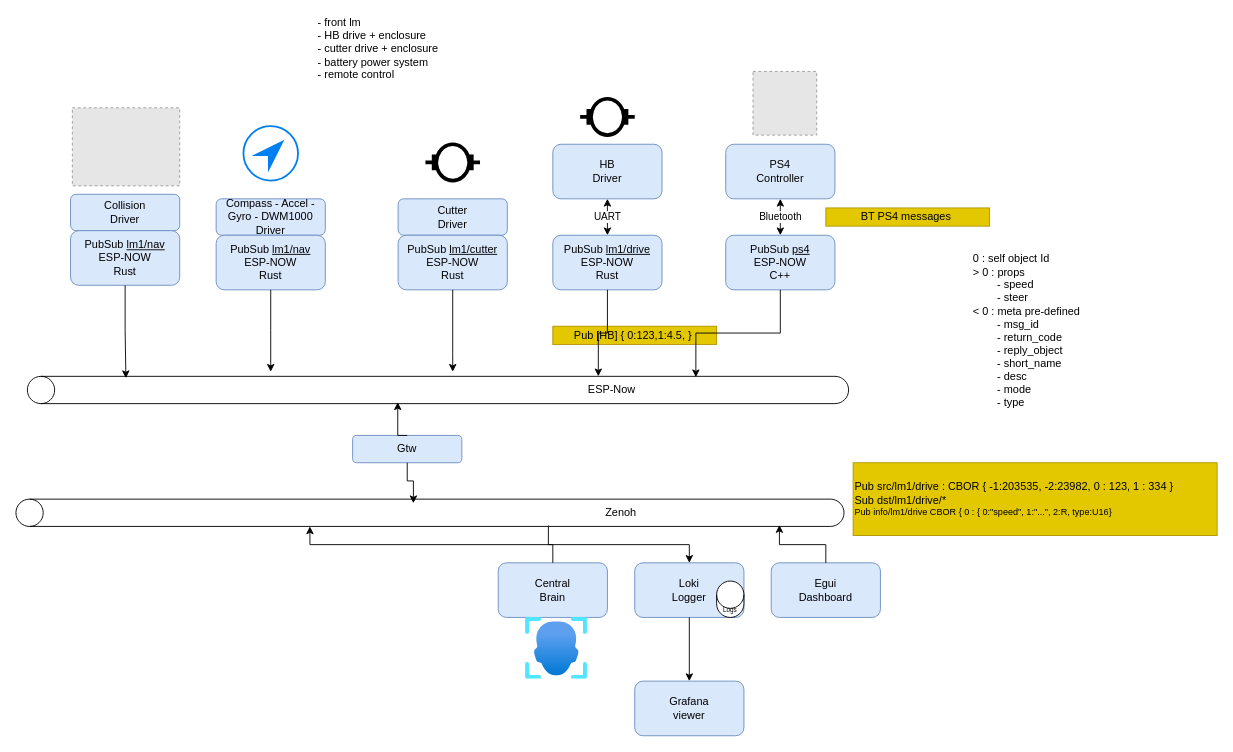
The draw.io diagram page "architecture" (3 of 3) of design.drawio in vortex314/zenoh-projects, before the edit. Source tidied: cells renumbered, new cells numbered last; positions are measured from the earlier drawing's top-left corner, leaving out a move shared by most shapes. Both pictures are drawn from the tidied source at 91%, with x=0, y=0 at pixel (70, -21). Pictures stored in the file or linked from it are replaced by grey dashed boxes.
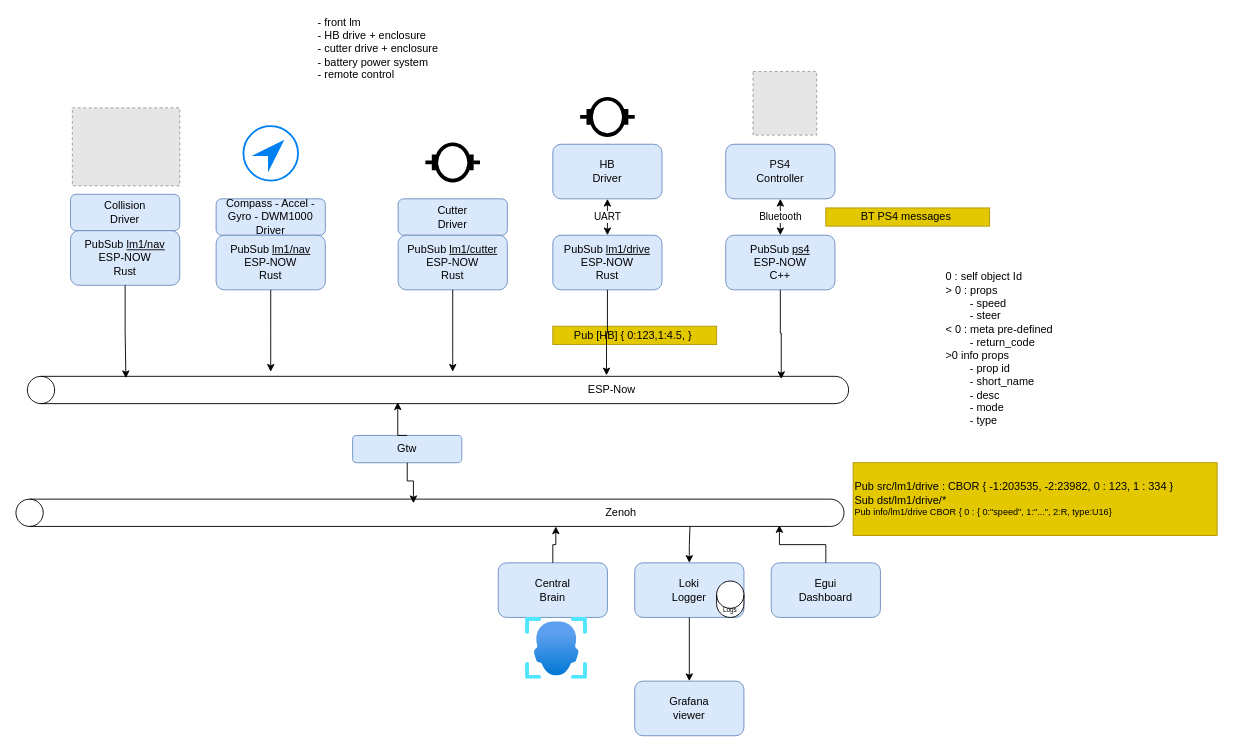
The same diagram, later.

The change refers to these unchanged cells:
```xml
<mxCell id="5" value="PubSub &lt;u&gt;lm1/drive&lt;/u&gt;&lt;div&gt;&lt;span style=&quot;background-color: initial;&quot;&gt;ESP-NOW&lt;/span&gt;&lt;br&gt;&lt;/div&gt;&lt;div&gt;&lt;span style=&quot;background-color: initial;&quot;&gt;Rust&lt;/span&gt;&lt;/div&gt;" style="rounded=1;whiteSpace=wrap;html=1;fillColor=#dae8fc;strokeColor=#6c8ebf;" parent="1" vertex="1">
  <mxGeometry x="530" y="281" width="120" height="60" as="geometry" />
</mxCell>
<mxCell id="7" style="shape=cylinder3;whiteSpace=wrap;html=1;boundedLbl=1;backgroundOutline=1;size=15;rotation=-90;" parent="1" vertex="1">
  <mxGeometry x="380" y="131" width="30" height="910" as="geometry" />
</mxCell>
<mxCell id="10" style="shape=cylinder3;whiteSpace=wrap;html=1;boundedLbl=1;backgroundOutline=1;size=15;rotation=-90;" parent="1" vertex="1">
  <mxGeometry x="388.8" y="-0.2" width="30" height="902.5" as="geometry" />
</mxCell>
<mxCell id="11" value="ESP-Now" style="text;html=1;align=center;verticalAlign=middle;whiteSpace=wrap;rounded=0;" parent="1" vertex="1">
  <mxGeometry x="565" y="436" width="60" height="30" as="geometry" />
</mxCell>
<mxCell id="18" value="Loki&lt;div&gt;Logger&lt;/div&gt;" style="rounded=1;whiteSpace=wrap;html=1;fillColor=#dae8fc;strokeColor=#6c8ebf;" parent="1" vertex="1">
  <mxGeometry x="620" y="641" width="120" height="60" as="geometry" />
</mxCell>
<mxCell id="19" value="Central&lt;div&gt;Brain&lt;/div&gt;" style="rounded=1;whiteSpace=wrap;html=1;fillColor=#dae8fc;strokeColor=#6c8ebf;" parent="1" vertex="1">
  <mxGeometry x="470" y="641" width="120" height="60" as="geometry" />
</mxCell>
<mxCell id="24" value="PubSub &lt;u&gt;ps4&lt;/u&gt;&lt;div&gt;&lt;span style=&quot;background-color: initial;&quot;&gt;ESP-NOW&lt;/span&gt;&lt;br&gt;&lt;/div&gt;&lt;div&gt;&lt;span style=&quot;background-color: initial;&quot;&gt;C++&lt;/span&gt;&lt;/div&gt;" style="rounded=1;whiteSpace=wrap;html=1;fillColor=#dae8fc;strokeColor=#6c8ebf;" parent="1" vertex="1">
  <mxGeometry x="720" y="281" width="120" height="60" as="geometry" />
</mxCell>
```

The edit, as a diff of the source:
```diff
@@
-    <mxCell id="12" style="edgeStyle=orthogonalEdgeStyle;rounded=0;jettySize=auto;html=1;exitX=0.5;exitY=1;exitDx=0;exitDy=0;entryX=0.25;entryY=0;entryDx=0;entryDy=0;" parent="1" edge="1" source="5" target="11">
+    <mxCell id="12" style="edgeStyle=orthogonalEdgeStyle;rounded=0;jettySize=auto;html=1;exitX=0.5;exitY=1;exitDx=0;exitDy=0;entryX=0.4;entryY=-0.033;entryDx=0;entryDy=0;entryPerimeter=0;" parent="1" edge="1" source="5" target="11">
       <mxGeometry relative="1" as="geometry" />
     </mxCell>
@@
-    <mxCell id="17" style="edgeStyle=orthogonalEdgeStyle;rounded=0;jettySize=auto;html=1;exitX=0.5;exitY=0;exitDx=0;exitDy=0;entryX=0.033;entryY=0.643;entryDx=0;entryDy=0;entryPerimeter=0;startArrow=classic;startFill=1;endArrow=none;endFill=0;" parent="1" edge="1" source="18" target="7">
+    <mxCell id="17" style="edgeStyle=orthogonalEdgeStyle;rounded=0;jettySize=auto;html=1;exitX=0.5;exitY=0;exitDx=0;exitDy=0;entryX=0;entryY=0.814;entryDx=0;entryDy=0;entryPerimeter=0;startArrow=classic;startFill=1;endArrow=none;endFill=0;" parent="1" edge="1" source="18" target="7">
       <mxGeometry relative="1" as="geometry" />
     </mxCell>
@@
-    <mxCell id="25" style="edgeStyle=orthogonalEdgeStyle;rounded=0;jettySize=auto;html=1;exitX=0.5;exitY=1;exitDx=0;exitDy=0;entryX=0.967;entryY=0.814;entryDx=0;entryDy=0;entryPerimeter=0;" parent="1" edge="1" source="24" target="10">
+    <mxCell id="25" style="edgeStyle=orthogonalEdgeStyle;rounded=0;jettySize=auto;html=1;exitX=0.5;exitY=1;exitDx=0;exitDy=0;entryX=0.9;entryY=0.918;entryDx=0;entryDy=0;entryPerimeter=0;" parent="1" edge="1" source="24" target="10">
       <mxGeometry relative="1" as="geometry" />
     </mxCell>
@@
-    <mxCell id="27" style="edgeStyle=orthogonalEdgeStyle;rounded=0;jettySize=auto;html=1;exitX=0.5;exitY=0;exitDx=0;exitDy=0;entryX=0;entryY=0.355;entryDx=0;entryDy=0;entryPerimeter=0;" parent="1" edge="1" source="19" target="7">
+    <mxCell id="27" style="edgeStyle=orthogonalEdgeStyle;rounded=0;jettySize=auto;html=1;exitX=0.5;exitY=0;exitDx=0;exitDy=0;entryX=0;entryY=0.652;entryDx=0;entryDy=0;entryPerimeter=0;" parent="1" edge="1" source="19" target="7">
       <mxGeometry relative="1" as="geometry" />
     </mxCell>
@@
-    <mxCell id="37" value="0 : self object Id&lt;div&gt;&amp;gt; 0 : props&lt;/div&gt;&lt;div&gt;&lt;span style=&quot;white-space: pre;&quot;&gt;&#9;&lt;/span&gt;- speed&lt;br&gt;&lt;/div&gt;&lt;div&gt;&lt;span style=&quot;white-space: pre;&quot;&gt;&#9;&lt;/span&gt;- steer&amp;nbsp;&lt;br&gt;&lt;/div&gt;&lt;div&gt;&amp;lt; 0 : meta pre-defined&amp;nbsp;&lt;/div&gt;&lt;div&gt;&lt;span style=&quot;white-space: pre;&quot;&gt;&#9;&lt;/span&gt;- msg_id&lt;/div&gt;&lt;div&gt;&lt;span style=&quot;white-space: pre;&quot;&gt;&#9;&lt;/span&gt;- return_code&lt;/div&gt;&lt;div&gt;&lt;span style=&quot;white-space: pre;&quot;&gt;&#9;&lt;/span&gt;- reply_object&lt;/div&gt;&lt;div&gt;&lt;span style=&quot;white-space: pre;&quot;&gt;&#9;&lt;/span&gt;- short_name&lt;/div&gt;&lt;div&gt;&lt;span style=&quot;white-space: pre;&quot;&gt;&#9;&lt;/span&gt;- desc&lt;/div&gt;&lt;div&gt;&lt;span style=&quot;white-space: pre;&quot;&gt;&#9;&lt;/span&gt;- mode&lt;/div&gt;&lt;div&gt;&lt;span style=&quot;white-space: pre;&quot;&gt;&#9;&lt;/span&gt;- type&amp;nbsp;&amp;nbsp;&lt;/div&gt;" style="text;html=1;align=left;verticalAlign=middle;whiteSpace=wrap;rounded=0;" parent="1" vertex="1">
-      <mxGeometry x="990" y="371" width="260" height="30" as="geometry" />
+    <mxCell id="37" value="0 : self object Id&lt;div&gt;&amp;gt; 0 : props&lt;/div&gt;&lt;div&gt;&lt;span style=&quot;white-space: pre;&quot;&gt;&#9;&lt;/span&gt;- speed&lt;br&gt;&lt;/div&gt;&lt;div&gt;&lt;span style=&quot;white-space: pre;&quot;&gt;&#9;&lt;/span&gt;- steer&amp;nbsp;&lt;br&gt;&lt;/div&gt;&lt;div&gt;&amp;lt; 0 : meta pre-defined&amp;nbsp;&lt;/div&gt;&lt;div&gt;&lt;span style=&quot;background-color: initial; white-space: pre;&quot;&gt;&#9;&lt;/span&gt;&lt;span style=&quot;background-color: initial;&quot;&gt;- return_code&lt;/span&gt;&lt;br&gt;&lt;/div&gt;&lt;div&gt;&amp;gt;0 info props&amp;nbsp;&lt;/div&gt;&lt;div&gt;&lt;span style=&quot;background-color: initial; white-space: pre;&quot;&gt;&#9;&lt;/span&gt;&lt;span style=&quot;background-color: initial;&quot;&gt;- prop id&lt;/span&gt;&lt;/div&gt;&lt;div&gt;&lt;span style=&quot;background-color: initial;&quot;&gt;&lt;span style=&quot;white-space: pre;&quot;&gt;&#9;&lt;/span&gt;- short_name&lt;/span&gt;&lt;br&gt;&lt;/div&gt;&lt;div&gt;&lt;span style=&quot;white-space: pre;&quot;&gt;&#9;&lt;/span&gt;- desc&lt;/div&gt;&lt;div&gt;&lt;span style=&quot;white-space: pre;&quot;&gt;&#9;&lt;/span&gt;- mode&lt;/div&gt;&lt;div&gt;&lt;span style=&quot;white-space: pre;&quot;&gt;&#9;&lt;/span&gt;- type&amp;nbsp;&amp;nbsp;&lt;/div&gt;" style="text;html=1;align=left;verticalAlign=middle;whiteSpace=wrap;rounded=0;" parent="1" vertex="1">
+      <mxGeometry x="960" y="291" width="260" height="230" as="geometry" />
     </mxCell>
```
